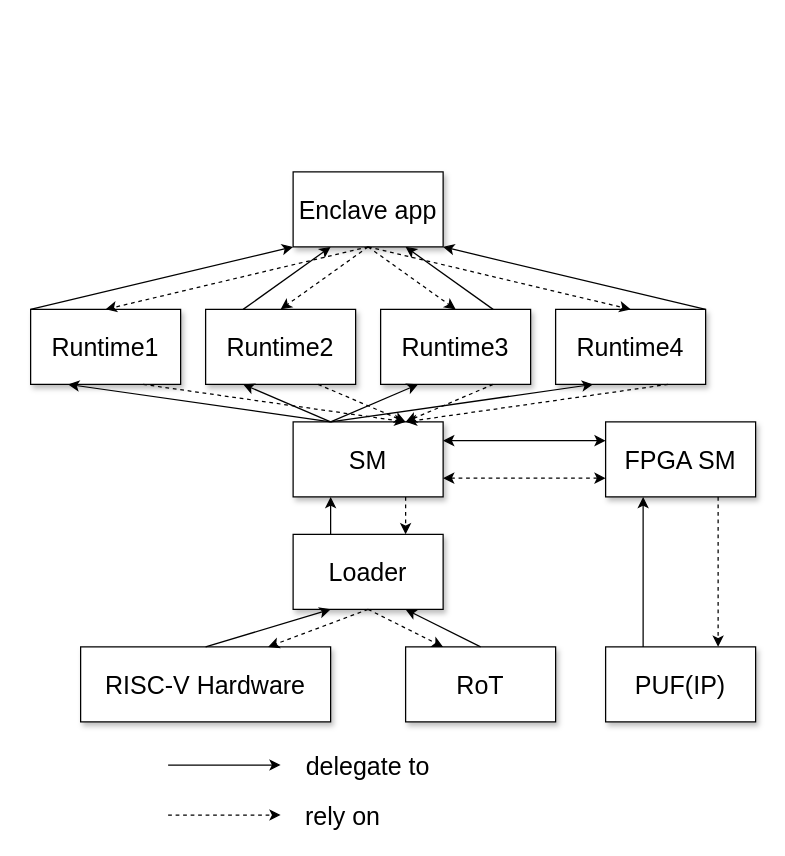
Earlier version of the draw.io diagram page "trustChain" (9 of 9) of saber.drawio (Zou1c/tmp). Source tidied: cells renumbered, new cells numbered last; positions are measured from the earlier drawing's top-left corner, leaving out a move shared by most shapes. Both pictures are drawn from the tidied source at 125%, with x=0, y=0 at pixel (30, 171).
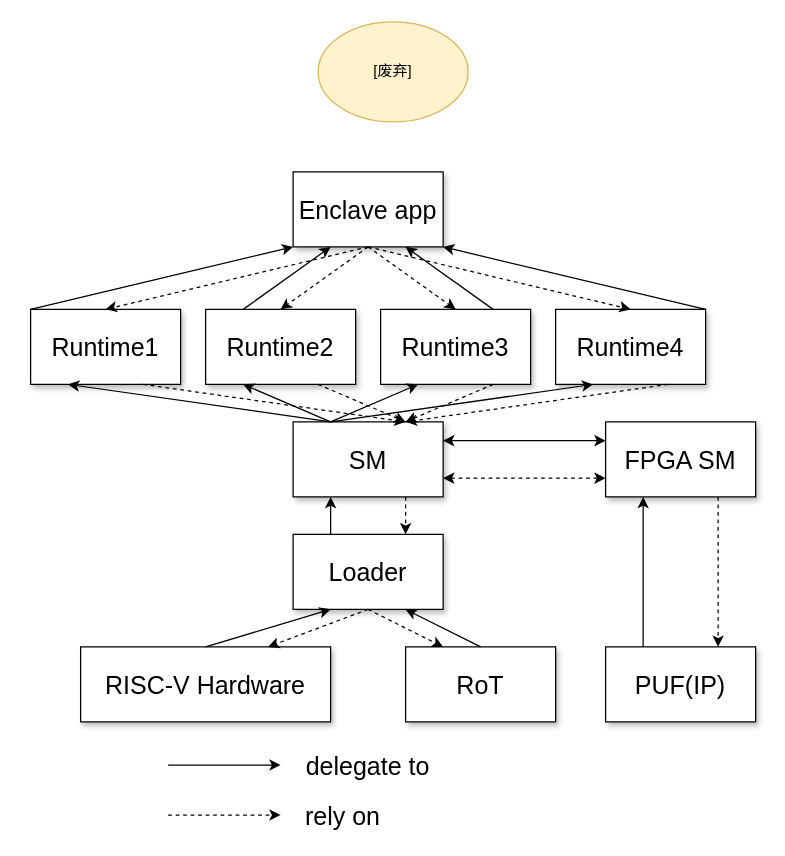
Above is the later version.

Diff of the diagram source:
```diff
@@
+    <mxCell id="43" value="[废弃]" style="ellipse;whiteSpace=wrap;html=1;fillColor=#fff2cc;strokeColor=#d6b656;" parent="1" vertex="1">
+      <mxGeometry x="230" y="-120" width="120" height="80" as="geometry" />
+    </mxCell>
```
